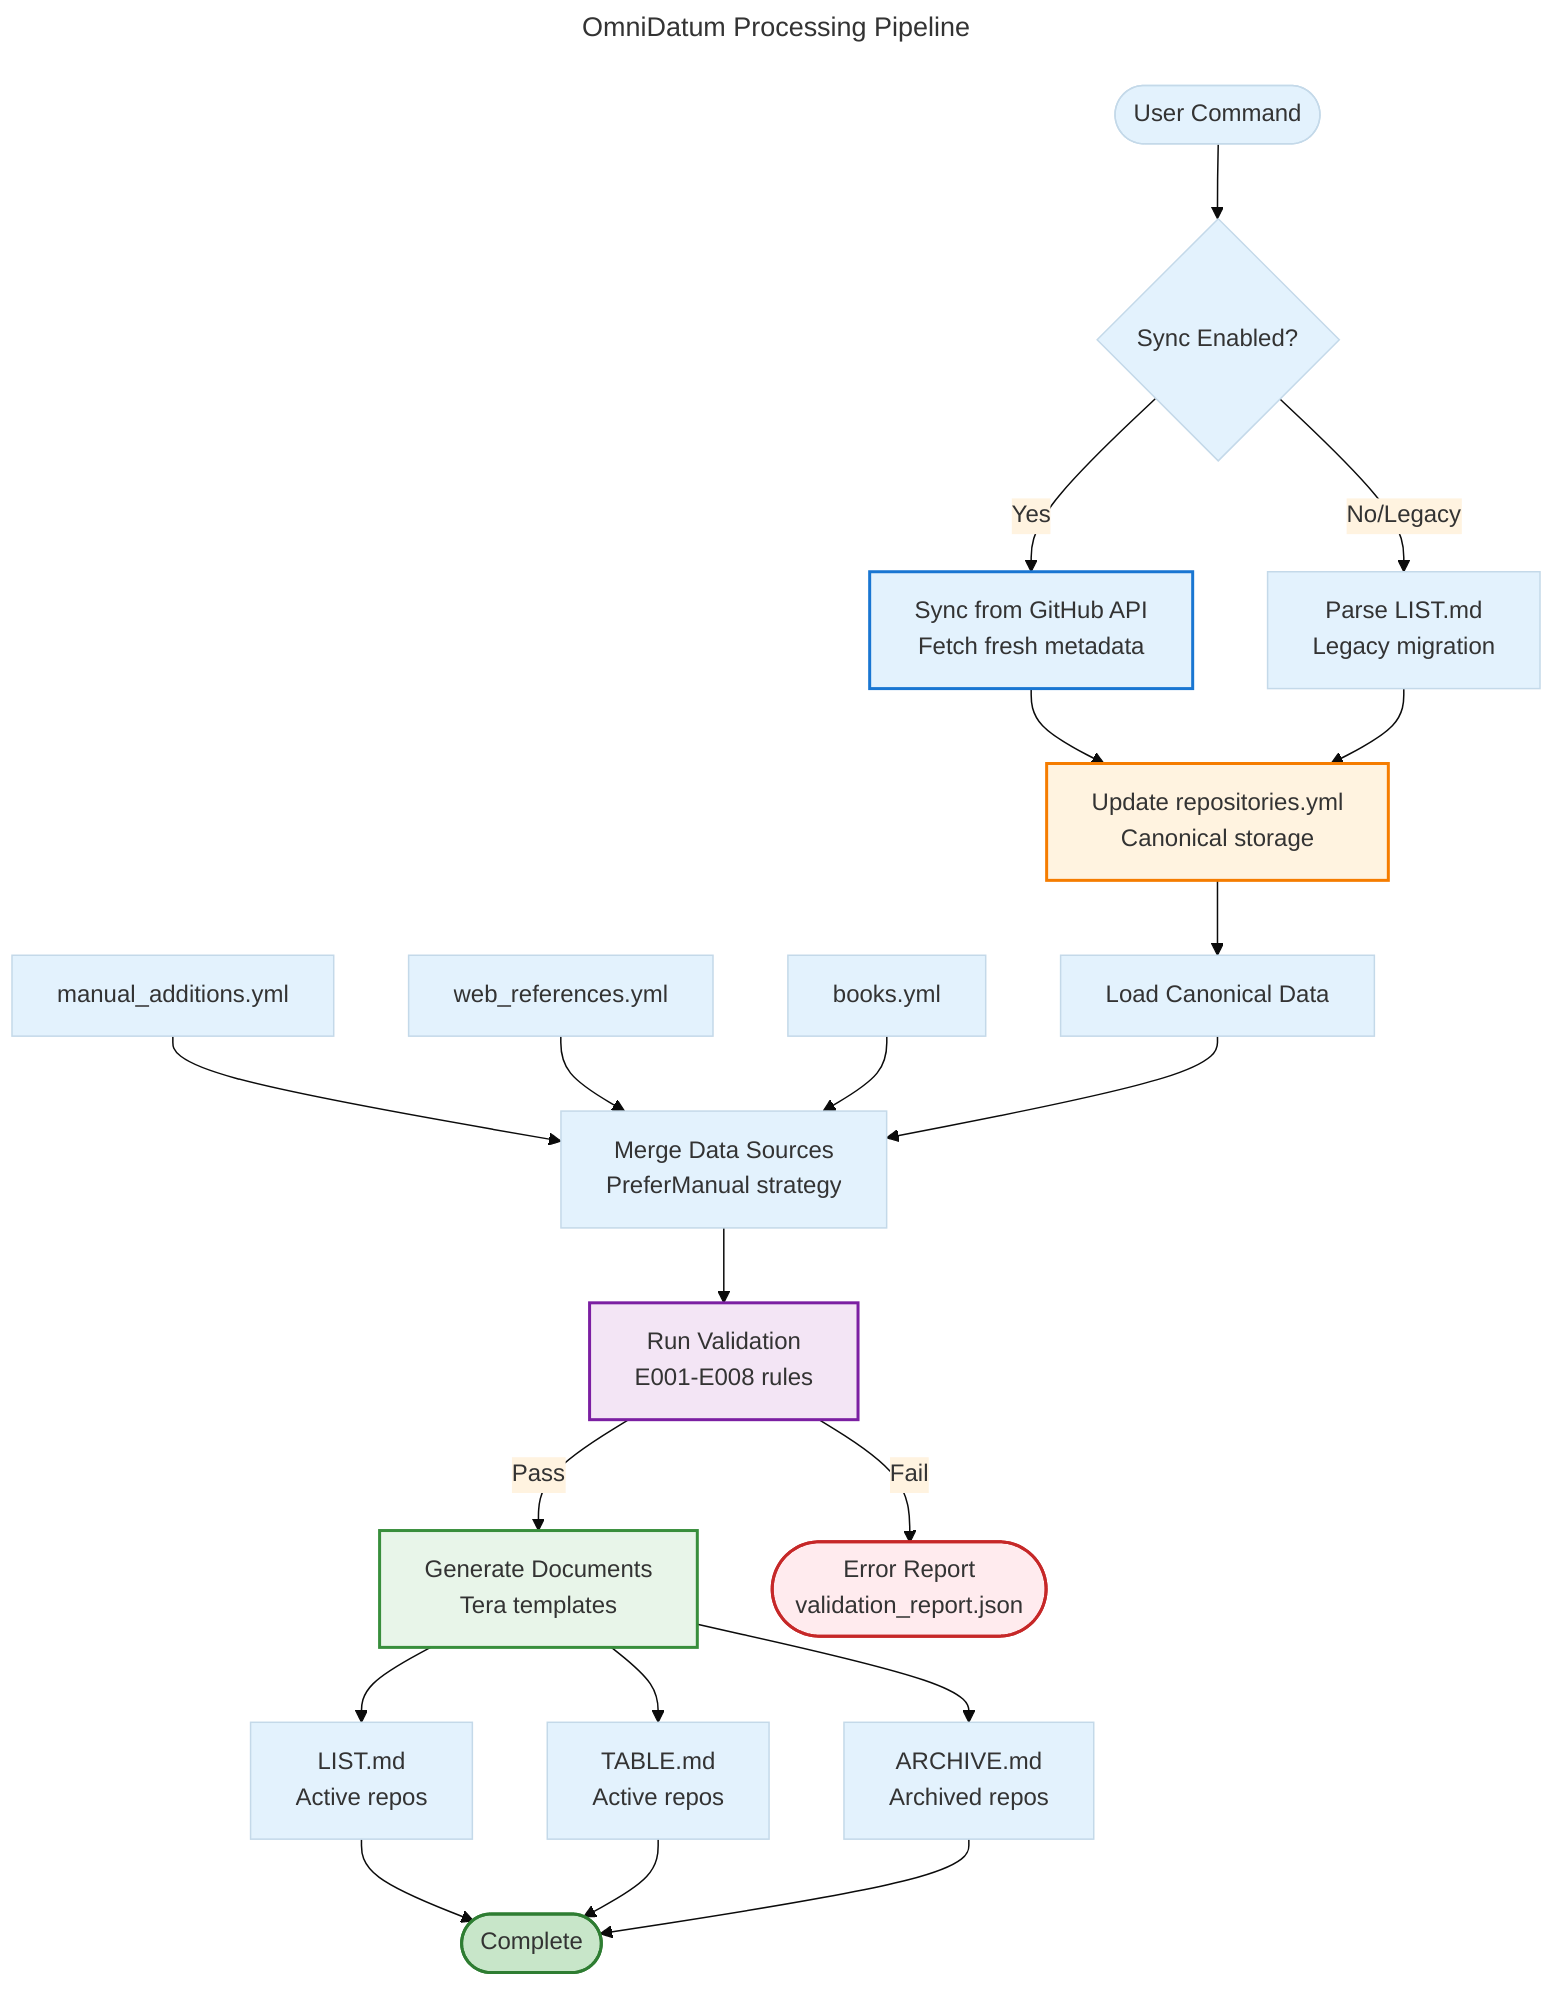
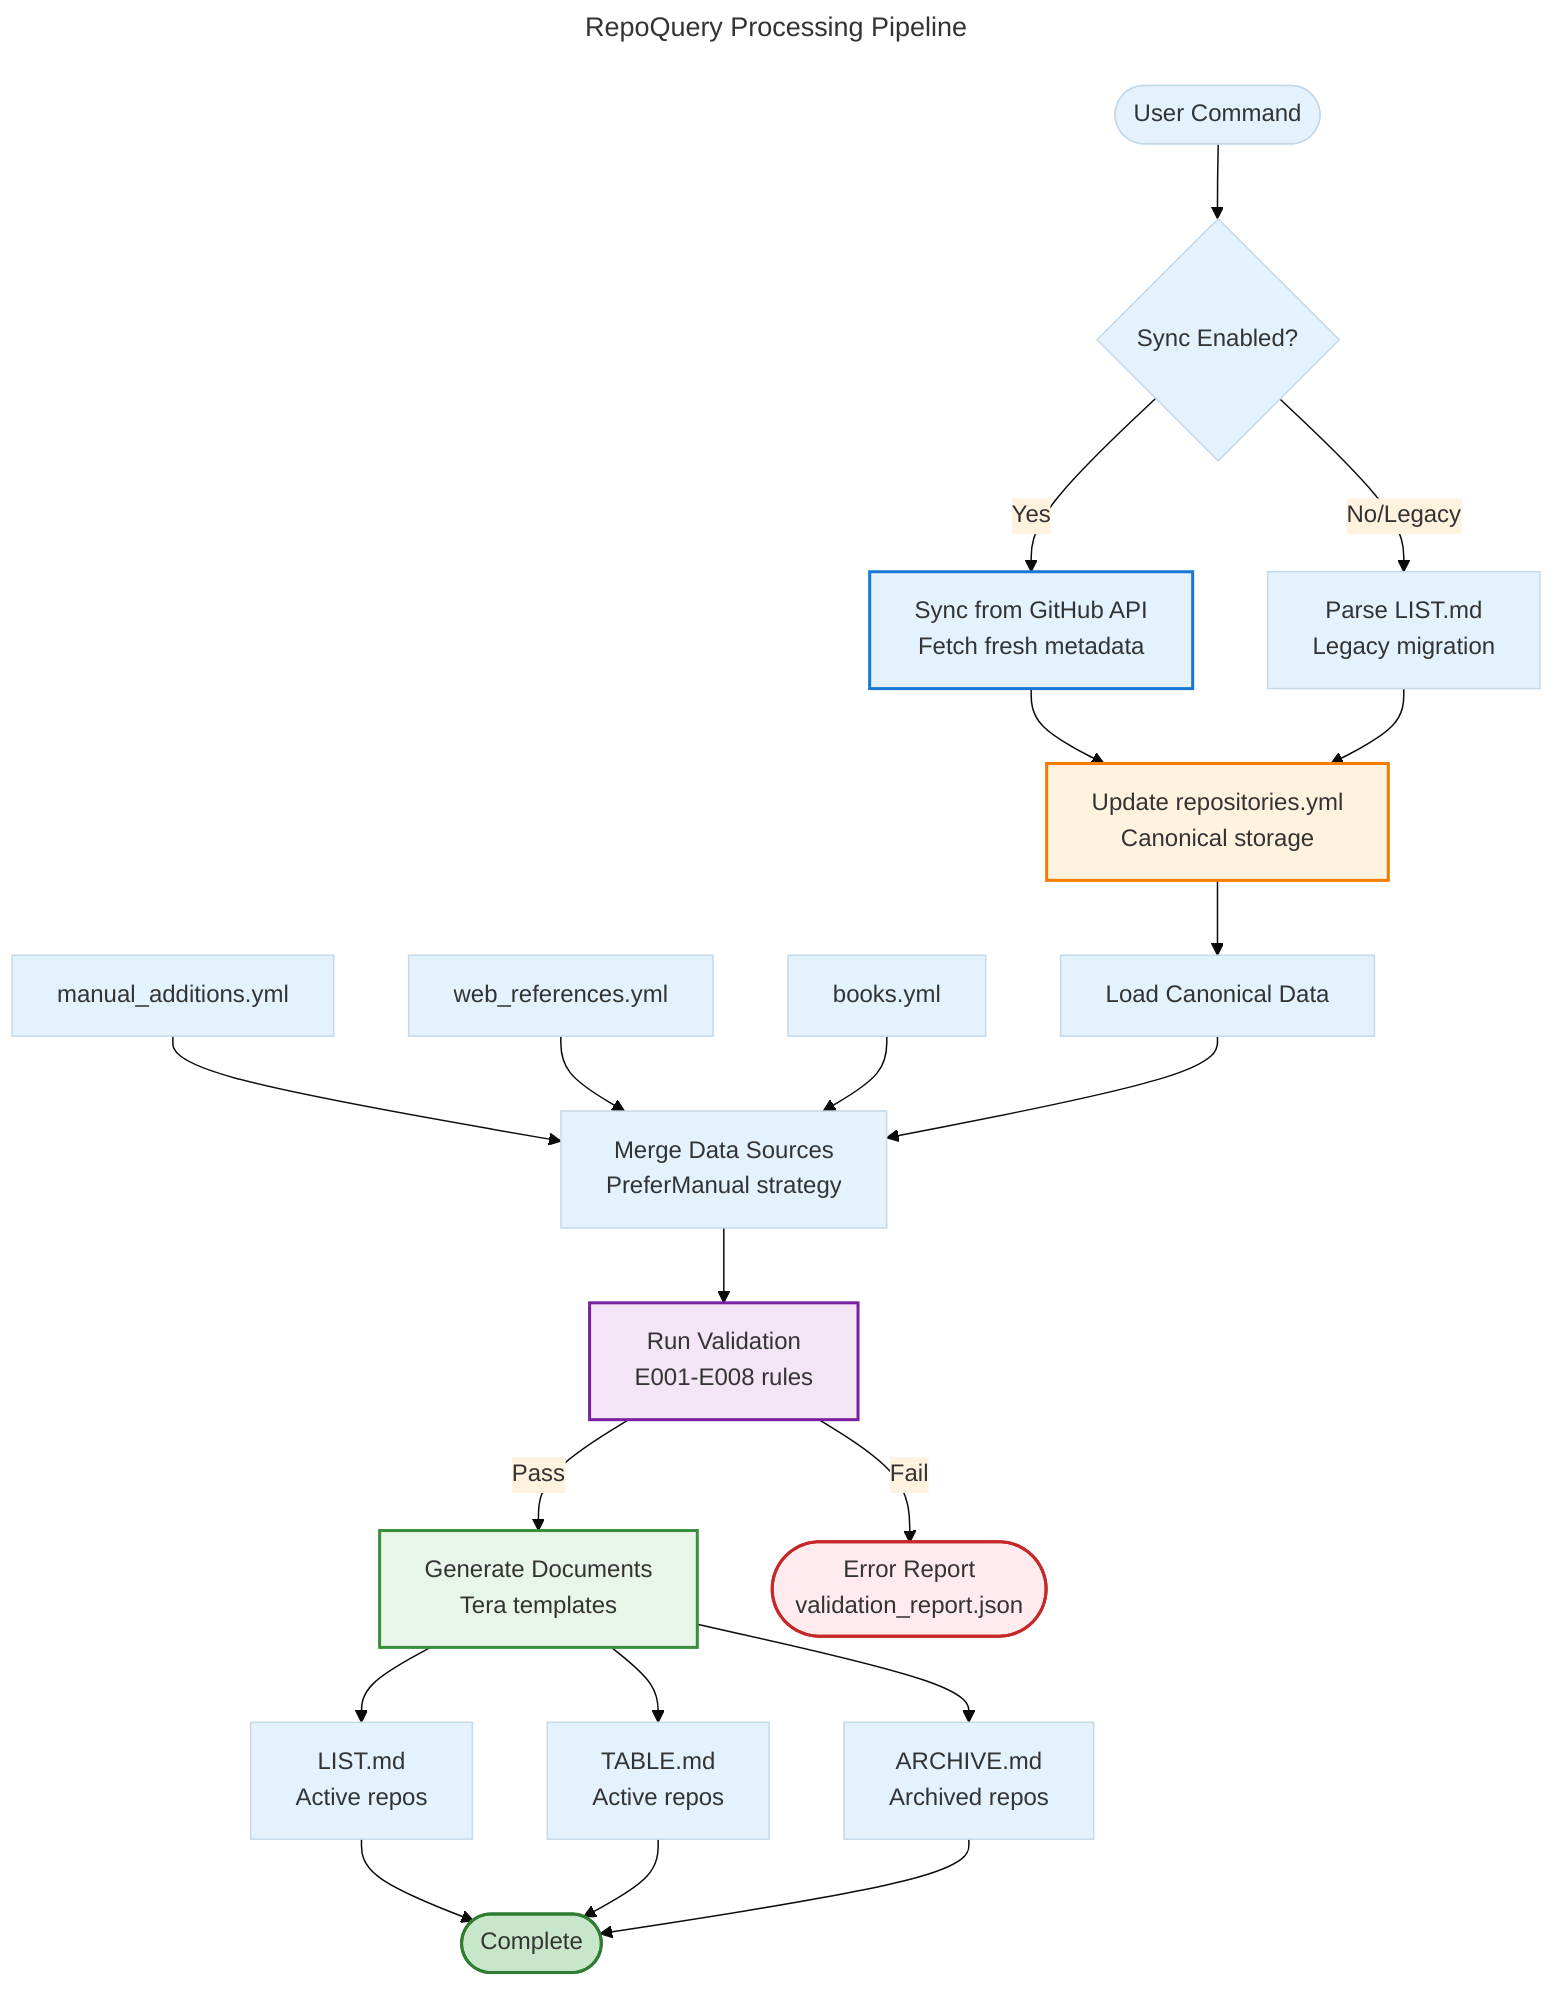
---
- title: OmniDatum Processing Pipeline
+ title: RepoQuery Processing Pipeline
---
%%{init: {'theme':'base', 'themeVariables': {'primaryColor':'#e3f2fd','secondaryColor':'#fff3e0','tertiaryColor':'#f3e5f5'}}}%%
flowchart TD
    Start([User Command]) --> CheckSync{Sync Enabled?}
    CheckSync -->|Yes| Sync[Sync from GitHub API<br/>Fetch fresh metadata]
    CheckSync -->|No/Legacy| Parse[Parse LIST.md<br/>Legacy migration]

    Sync --> Canon[Update repositories.yml<br/>Canonical storage]
    Parse --> Canon

    Canon --> Load[Load Canonical Data]
    Manual[manual_additions.yml] --> Merge
    WebRef[web_references.yml] --> Merge
    Books[books.yml] --> Merge
    Load --> Merge[Merge Data Sources<br/>PreferManual strategy]

    Merge --> Validate[Run Validation<br/>E001-E008 rules]
    Validate --> |Pass| Generate[Generate Documents<br/>Tera templates]
    Validate --> |Fail| Error([Error Report<br/>validation_report.json])

    Generate --> List[LIST.md<br/>Active repos]
    Generate --> Table[TABLE.md<br/>Active repos]
    Generate --> Archive[ARCHIVE.md<br/>Archived repos]

    List --> Done([Complete])
    Table --> Done
    Archive --> Done

    style Sync fill:#e3f2fd,stroke:#1976d2,stroke-width:2px
    style Canon fill:#fff3e0,stroke:#f57c00,stroke-width:2px
    style Validate fill:#f3e5f5,stroke:#7b1fa2,stroke-width:2px
    style Generate fill:#e8f5e9,stroke:#388e3c,stroke-width:2px
    style Error fill:#ffebee,stroke:#c62828,stroke-width:2px
    style Done fill:#c8e6c9,stroke:#2e7d32,stroke-width:2px

%% Last updated: 2025-12-11
%% Shows the complete processing pipeline from sync to output generation
%% Key: Blue=Sync, Orange=Storage, Purple=Validation, Green=Generation, Red=Error